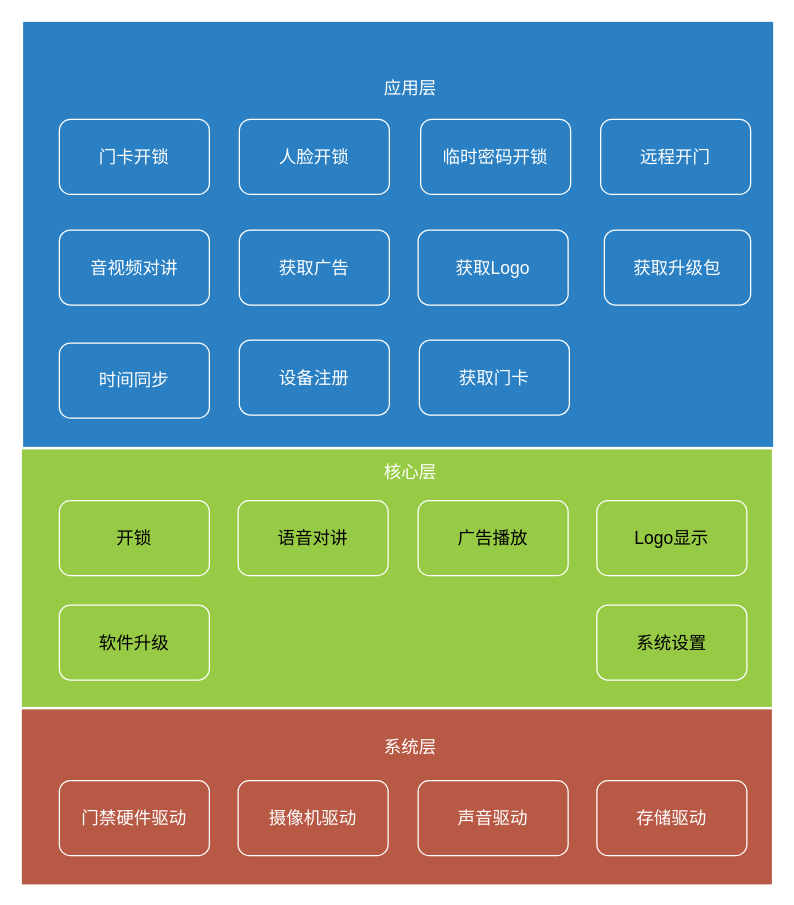
Earlier version of the draw.io diagram page "Page-2" (2 of 2) of smartdoor.drawio (jeffmacn/myjava). Source tidied: cells renumbered, new cells numbered last; positions are measured from the earlier drawing's top-left corner, leaving out a move shared by most shapes. Both pictures are drawn from the tidied source at 125%, with x=0, y=0 at pixel (21, 21).
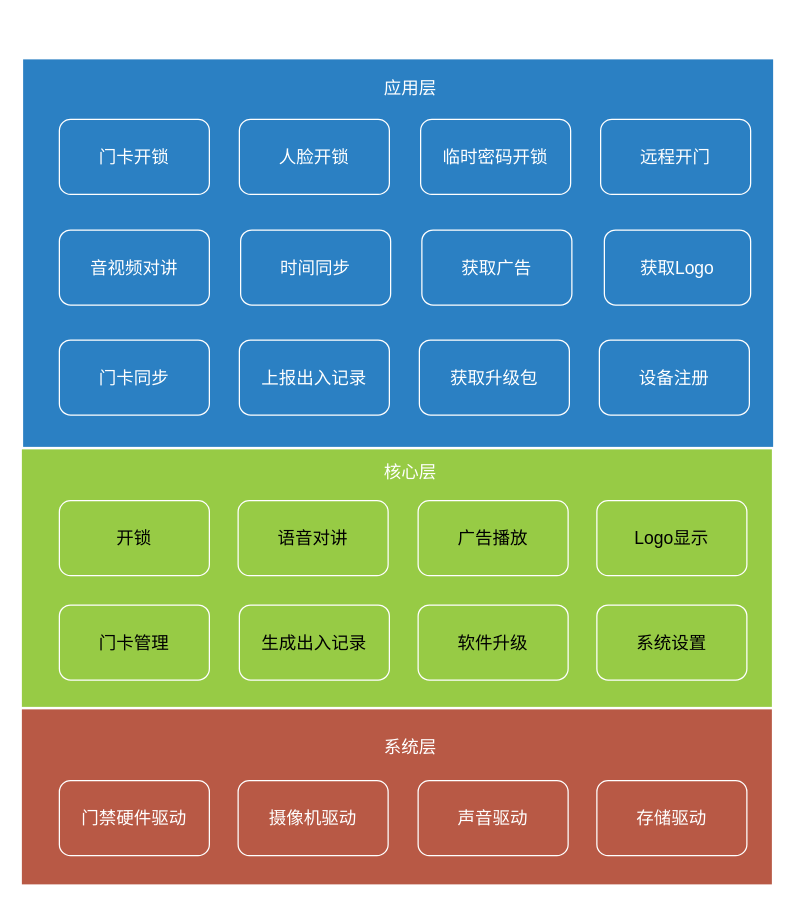
After the change.

Unchanged cells that the change refers to:
```xml
<mxCell id="21" style="group;" parent="1" vertex="1">
  <mxGeometry x="30" y="466.5" width="550" height="60" as="geometry" />
</mxCell>
```

What changed in the source:
```diff
@@
     <mxCell id="4" style="rounded=0;whiteSpace=wrap;html=1;fillColor=#2B80C3;strokeColor=none;fontSize=14;" parent="1" vertex="1">
-      <mxGeometry x="1" width="600" height="340" as="geometry" />
+      <mxGeometry x="1" y="30" width="600" height="310" as="geometry" />
     </mxCell>
-    <mxCell id="5" value="获取广告" style="rounded=1;whiteSpace=wrap;html=1;strokeColor=#FFFFFF;fillColor=none;fontColor=#FFFFFF;fontSize=14;" parent="1" vertex="1">
-      <mxGeometry x="174" y="166.5" width="120" height="60" as="geometry" />
-    </mxCell>
-    <mxCell id="6" value="&lt;font color=&quot;#ffffff&quot;&gt;音视频对讲&lt;/font&gt;" style="rounded=1;whiteSpace=wrap;html=1;strokeColor=#FFFFFF;fillColor=none;fontColor=#FF0000;fontSize=14;" parent="1" vertex="1">
-      <mxGeometry x="30" y="166.5" width="120" height="60" as="geometry" />
-    </mxCell>
-    <mxCell id="7" value="获取升级包" style="rounded=1;whiteSpace=wrap;html=1;strokeColor=#FFFFFF;fillColor=none;fontColor=#FFFFFF;fontSize=14;" parent="1" vertex="1">
-      <mxGeometry x="466" y="166.5" width="117" height="60" as="geometry" />
-    </mxCell>
@@
-    <mxCell id="23" value="软件升级" style="rounded=1;whiteSpace=wrap;html=1;strokeColor=#FFFFFF;fillColor=none;fontColor=#000000;fontSize=14;" parent="21" vertex="1">
+    <mxCell id="23" value="门卡管理" style="rounded=1;whiteSpace=wrap;html=1;strokeColor=#FFFFFF;fillColor=none;fontColor=#000000;fontSize=14;" parent="21" vertex="1">
       <mxGeometry width="120" height="60" as="geometry" />
     </mxCell>
@@
-    <mxCell id="29" value="获取Logo" style="rounded=1;whiteSpace=wrap;html=1;strokeColor=#FFFFFF;fillColor=none;fontColor=#FFFFFF;fontSize=14;" parent="1" vertex="1">
-      <mxGeometry x="317" y="166.5" width="120" height="60" as="geometry" />
-    </mxCell>
+    <mxCell id="33" style="group;" parent="1" vertex="1">
+      <mxGeometry x="30" y="254.5" width="552" height="60" as="geometry" />
+    </mxCell>
-    <mxCell id="30" value="&lt;font color=&quot;#ffffff&quot;&gt;时间同步&lt;/font&gt;" style="rounded=1;whiteSpace=wrap;html=1;strokeColor=#FFFFFF;fillColor=none;fontColor=#FF0000;fontSize=14;" parent="1" vertex="1">
-      <mxGeometry x="30" y="257" width="120" height="60" as="geometry" />
+    <mxCell id="30" value="&lt;font color=&quot;#ffffff&quot;&gt;门卡同步&lt;/font&gt;" style="rounded=1;whiteSpace=wrap;html=1;strokeColor=#FFFFFF;fillColor=none;fontColor=#FF0000;fontSize=14;" parent="33" vertex="1">
+      <mxGeometry width="120" height="60" as="geometry" />
     </mxCell>
-    <mxCell id="31" value="设备注册" style="rounded=1;whiteSpace=wrap;html=1;strokeColor=#FFFFFF;fillColor=none;fontColor=#FFFFFF;fontSize=14;" parent="1" vertex="1">
-      <mxGeometry x="174" y="254.5" width="120" height="60" as="geometry" />
+    <mxCell id="31" value="上报出入记录" style="rounded=1;whiteSpace=wrap;html=1;strokeColor=#FFFFFF;fillColor=none;fontColor=#FFFFFF;fontSize=14;" parent="33" vertex="1">
+      <mxGeometry x="144" width="120" height="60" as="geometry" />
     </mxCell>
-    <mxCell id="32" value="获取门卡" style="rounded=1;whiteSpace=wrap;html=1;strokeColor=#FFFFFF;fillColor=none;fontColor=#FFFFFF;fontSize=14;" parent="1" vertex="1">
-      <mxGeometry x="318" y="254.5" width="120" height="60" as="geometry" />
+    <mxCell id="32" value="获取升级包" style="rounded=1;whiteSpace=wrap;html=1;strokeColor=#FFFFFF;fillColor=none;fontColor=#FFFFFF;fontSize=14;" parent="33" vertex="1">
+      <mxGeometry x="288" width="120" height="60" as="geometry" />
     </mxCell>
+    <mxCell id="34" value="设备注册" style="rounded=1;whiteSpace=wrap;html=1;strokeColor=#FFFFFF;fillColor=none;fontColor=#FFFFFF;fontSize=14;" parent="33" vertex="1">
+      <mxGeometry x="432" width="120" height="60" as="geometry" />
+    </mxCell>
+    <mxCell id="35" style="group;" parent="1" vertex="1">
+      <mxGeometry x="30" y="166.5" width="553" height="60" as="geometry" />
+    </mxCell>
+    <mxCell id="5" value="时间同步" style="rounded=1;whiteSpace=wrap;html=1;strokeColor=#FFFFFF;fillColor=none;fontColor=#FFFFFF;fontSize=14;" parent="35" vertex="1">
+      <mxGeometry x="145" width="120" height="60" as="geometry" />
+    </mxCell>
+    <mxCell id="6" value="&lt;font color=&quot;#ffffff&quot;&gt;音视频对讲&lt;/font&gt;" style="rounded=1;whiteSpace=wrap;html=1;strokeColor=#FFFFFF;fillColor=none;fontColor=#FF0000;fontSize=14;" parent="35" vertex="1">
+      <mxGeometry width="120" height="60" as="geometry" />
+    </mxCell>
+    <mxCell id="7" value="获取Logo" style="rounded=1;whiteSpace=wrap;html=1;strokeColor=#FFFFFF;fillColor=none;fontColor=#FFFFFF;fontSize=14;" parent="35" vertex="1">
+      <mxGeometry x="436" width="117" height="60" as="geometry" />
+    </mxCell>
+    <mxCell id="29" value="获取广告" style="rounded=1;whiteSpace=wrap;html=1;strokeColor=#FFFFFF;fillColor=none;fontColor=#FFFFFF;fontSize=14;" parent="35" vertex="1">
+      <mxGeometry x="290" width="120" height="60" as="geometry" />
+    </mxCell>
+    <mxCell id="36" value="生成出入记录" style="rounded=1;whiteSpace=wrap;html=1;strokeColor=#FFFFFF;fillColor=none;fontColor=#000000;fontSize=14;" parent="1" vertex="1">
+      <mxGeometry x="174" y="466.5" width="120" height="60" as="geometry" />
+    </mxCell>
+    <mxCell id="37" value="软件升级" style="rounded=1;whiteSpace=wrap;html=1;strokeColor=#FFFFFF;fillColor=none;fontColor=#000000;fontSize=14;" parent="1" vertex="1">
+      <mxGeometry x="317" y="466.5" width="120" height="60" as="geometry" />
+    </mxCell>
```
